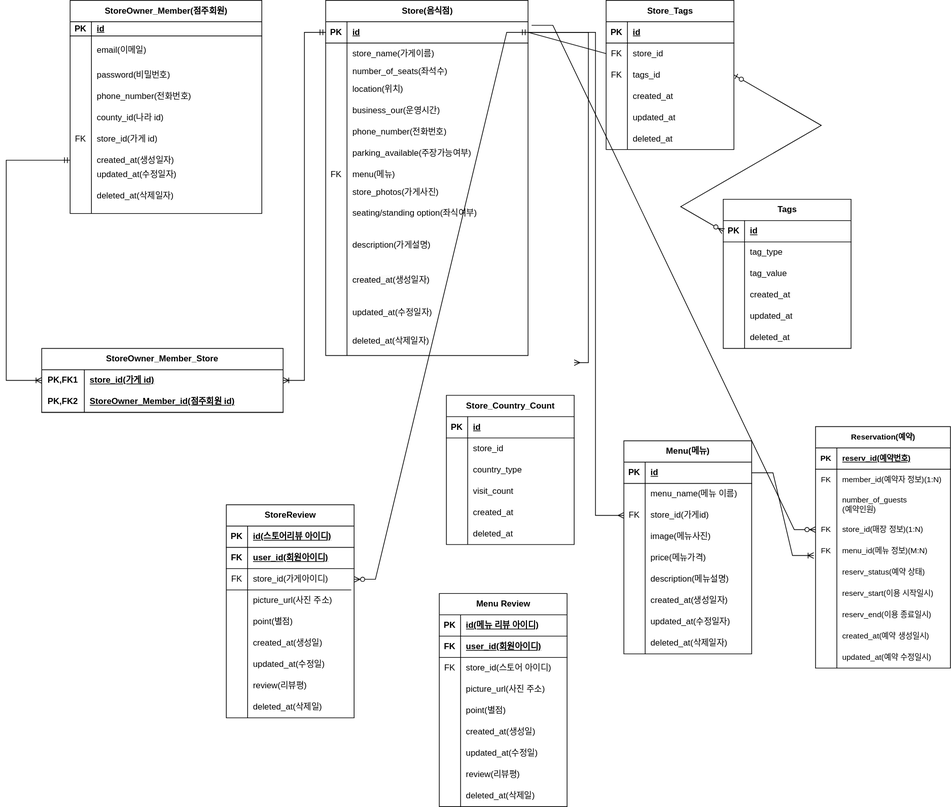
The draw.io diagram document/samsik.svg in gunsight1/boot-up1-samsik, before a commit. Source tidied: cells renumbered, new cells last; positions are measured from the earlier drawing's top-left corner, leaving out a move shared by most shapes.
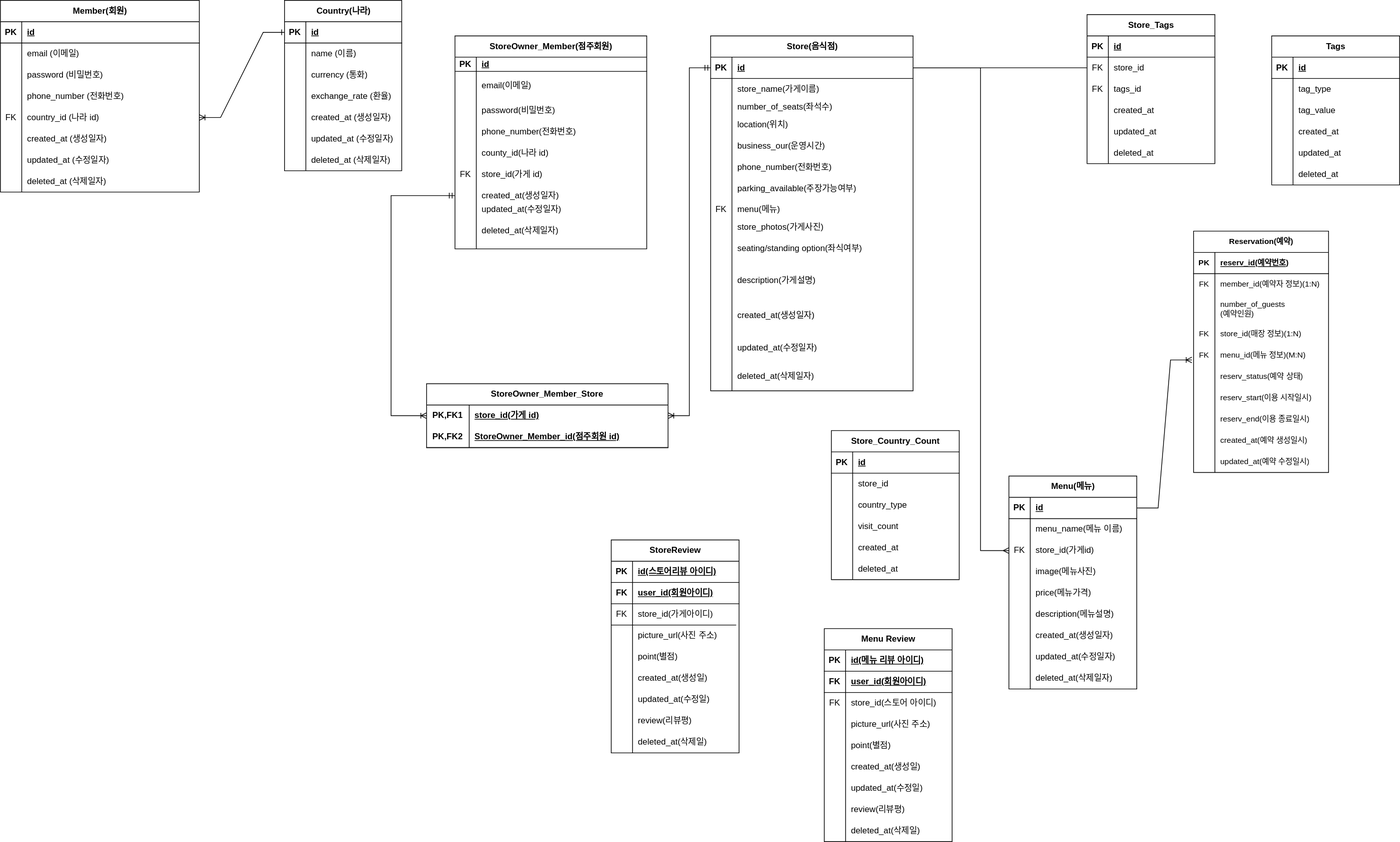
After the commit.

Commit message:
회원및 나라 테이블 추가

Change to the diagram source:
```diff
@@ -162,7 +162,7 @@
       <mxGeometry x="470" y="430" width="30" height="30" as="geometry" />
     </mxCell>
     <mxCell id="55" value="Tags" style="shape=table;startSize=30;rowLines=0;fontStyle=1;align=center;html=1;" parent="1" vertex="1">
-      <mxGeometry x="1010" y="280" width="180" height="210" as="geometry" />
+      <mxGeometry x="1240" width="180" height="210" as="geometry" />
     </mxCell>
     <mxCell id="56" style="shape=tableRow;horizontal=0;startSize=0;swimlaneHead=0;swimlaneBody=0;fillColor=none;points=[[0,0.5],[1,0.5]];portConstraint=eastwest;top=0;left=0;right=0;bottom=1;" parent="55" vertex="1">
       <mxGeometry y="30" width="180" height="30" as="geometry" />
@@ -219,7 +219,7 @@
       <mxGeometry x="30" width="150" height="30" as="geometry" />
     </mxCell>
     <mxCell id="74" value="Store_Tags" style="shape=table;startSize=30;rowLines=0;fontStyle=1;align=center;html=1;" parent="1" vertex="1">
-      <mxGeometry x="845" width="180" height="210" as="geometry" />
+      <mxGeometry x="980" y="-30" width="180" height="210" as="geometry" />
     </mxCell>
     <mxCell id="75" style="shape=tableRow;horizontal=0;startSize=0;swimlaneHead=0;swimlaneBody=0;fillColor=none;top=0;left=0;right=0;bottom=1;" parent="74" vertex="1">
       <mxGeometry y="30" width="180" height="30" as="geometry" />
@@ -588,7 +588,7 @@
       <mxGeometry x="30" width="150" height="30" as="geometry" />
     </mxCell>
     <mxCell id="197" value="Reservation(예약)" style="shape=table;startSize=30;rowLines=0;fontStyle=1;align=center;html=1;fontSize=11;" parent="1" vertex="1">
-      <mxGeometry x="1140" y="600" width="190" height="340" as="geometry" />
+      <mxGeometry x="1130" y="275" width="190" height="340" as="geometry" />
     </mxCell>
     <mxCell id="198" style="shape=tableRow;horizontal=0;startSize=0;swimlaneHead=0;swimlaneBody=0;fillColor=none;top=0;left=0;right=0;bottom=1;fontSize=11;" parent="197" vertex="1">
       <mxGeometry y="30" width="190" height="30" as="geometry" />
@@ -793,13 +793,6 @@
         </Array>
       </mxGeometry>
     </mxCell>
-    <mxCell id="264" style="edgeStyle=isometricEdgeStyle;fontSize=12;html=1;endArrow=ERzeroToMany;startArrow=ERzeroToOne;rounded=0;exitX=1;exitY=0.5;exitDx=0;exitDy=0;entryX=0;entryY=0.5;entryDx=0;entryDy=0;elbow=vertical;" parent="1" edge="1" source="81" target="56">
-      <mxGeometry relative="1" as="geometry">
-        <Array as="points">
-          <mxPoint x="1020" y="250" />
-        </Array>
-      </mxGeometry>
-    </mxCell>
     <mxCell id="265" style="edgeStyle=elbowEdgeStyle;fontSize=12;html=1;endArrow=ERoneToMany;startArrow=ERmandOne;rounded=0;entryX=0;entryY=0.5;entryDx=0;entryDy=0;exitX=0;exitY=0.5;exitDx=0;exitDy=0;" parent="1" edge="1" source="248" target="47">
       <mxGeometry relative="1" as="geometry">
         <Array as="points">
@@ -810,14 +803,6 @@
     <mxCell id="266" style="endArrow=none;html=1;rounded=0;exitX=1;exitY=0.5;exitDx=0;exitDy=0;entryX=0;entryY=0.5;entryDx=0;entryDy=0;" parent="1" edge="1" source="3" target="78">
       <mxGeometry relative="1" as="geometry" />
     </mxCell>
-    <mxCell id="267" style="edgeStyle=elbowEdgeStyle;fontSize=12;html=1;endArrow=ERmany;rounded=0;exitX=1;exitY=0.5;exitDx=0;exitDy=0;" parent="1" edge="1" source="3">
-      <mxGeometry relative="1" as="geometry">
-        <mxPoint x="800" y="510" as="targetPoint" />
-        <Array as="points">
-          <mxPoint x="820" y="280" />
-        </Array>
-      </mxGeometry>
-    </mxCell>
     <mxCell id="268" style="edgeStyle=elbowEdgeStyle;fontSize=12;html=1;endArrow=ERmany;rounded=0;exitX=1;exitY=0.5;exitDx=0;exitDy=0;entryX=0;entryY=0.5;entryDx=0;entryDy=0;" parent="1" edge="1" source="3" target="119">
       <mxGeometry relative="1" as="geometry">
         <Array as="points">
@@ -828,16 +813,152 @@
     <mxCell id="269" style="shape=partialRectangle;fillColor=none;top=0;left=0;bottom=0;right=0;align=left;spacingLeft=6;overflow=hidden;whiteSpace=wrap;html=1;" parent="1" vertex="1">
       <mxGeometry x="370" y="888" width="310" height="27" as="geometry" />
     </mxCell>
-    <mxCell id="270" style="edgeStyle=entityRelationEdgeStyle;fontSize=12;html=1;endArrow=ERzeroToMany;startArrow=ERmandOne;rounded=0;exitX=1;exitY=0.5;exitDx=0;exitDy=0;entryX=1;entryY=0.5;entryDx=0;entryDy=0;" parent="1" edge="1" source="3" target="147">
-      <mxGeometry relative="1" as="geometry" />
-    </mxCell>
     <mxCell id="271" style="edgeStyle=entityRelationEdgeStyle;fontSize=12;html=1;endArrow=ERoneToMany;rounded=0;entryX=-0.013;entryY=0.717;entryDx=0;entryDy=0;entryPerimeter=0;exitX=1;exitY=0.5;exitDx=0;exitDy=0;" parent="1" edge="1" source="113" target="210">
       <mxGeometry relative="1" as="geometry" />
     </mxCell>
-    <mxCell id="272" style="edgeStyle=entityRelationEdgeStyle;fontSize=12;html=1;endArrow=ERzeroToMany;endFill=1;rounded=0;entryX=0;entryY=0.5;entryDx=0;entryDy=0;" parent="1" edge="1" target="207">
-      <mxGeometry relative="1" as="geometry">
-        <mxPoint x="740" y="35.2" as="sourcePoint" />
-      </mxGeometry>
-    </mxCell>
+    <mxCell id="273" value="Member(회원)" style="shape=table;startSize=30;rowLines=0;fontStyle=1;align=center;html=1;" parent="1" vertex="1">
+      <mxGeometry x="-550" y="-50" width="280" height="270" as="geometry" />
+    </mxCell>
+    <mxCell id="274" style="shape=tableRow;horizontal=0;startSize=0;swimlaneHead=0;swimlaneBody=0;fillColor=none;top=0;left=0;right=0;bottom=1;" parent="273" vertex="1">
+      <mxGeometry y="30" width="280" height="30" as="geometry" />
+    </mxCell>
+    <mxCell id="275" value="PK" style="shape=partialRectangle;fillColor=none;top=0;left=0;bottom=0;right=0;fontStyle=1;overflow=hidden;whiteSpace=wrap;html=1;" parent="274" vertex="1">
+      <mxGeometry width="30" height="30" as="geometry" />
+    </mxCell>
+    <mxCell id="276" value="id" style="shape=partialRectangle;fillColor=none;top=0;left=0;bottom=0;right=0;align=left;spacingLeft=6;fontStyle=5;overflow=hidden;whiteSpace=wrap;html=1;" parent="274" vertex="1">
+      <mxGeometry x="30" width="250" height="30" as="geometry" />
+    </mxCell>
+    <mxCell id="277" style="shape=tableRow;horizontal=0;startSize=0;swimlaneHead=0;swimlaneBody=0;fillColor=none;top=0;left=0;right=0;bottom=0;" parent="273" vertex="1">
+      <mxGeometry y="60" width="280" height="30" as="geometry" />
+    </mxCell>
+    <mxCell id="278" style="shape=partialRectangle;fillColor=none;top=0;left=0;bottom=0;right=0;overflow=hidden;whiteSpace=wrap;html=1;" parent="277" vertex="1">
+      <mxGeometry width="30" height="30" as="geometry" />
+    </mxCell>
+    <mxCell id="279" value="email (이메일)&amp;nbsp;" style="shape=partialRectangle;fillColor=none;top=0;left=0;bottom=0;right=0;align=left;spacingLeft=6;overflow=hidden;whiteSpace=wrap;html=1;" parent="277" vertex="1">
+      <mxGeometry x="30" width="250" height="30" as="geometry" />
+    </mxCell>
+    <mxCell id="280" style="shape=tableRow;horizontal=0;startSize=0;swimlaneHead=0;swimlaneBody=0;fillColor=none;top=0;left=0;right=0;bottom=0;" parent="273" vertex="1">
+      <mxGeometry y="90" width="280" height="30" as="geometry" />
+    </mxCell>
+    <mxCell id="281" style="shape=partialRectangle;fillColor=none;top=0;left=0;bottom=0;right=0;overflow=hidden;whiteSpace=wrap;html=1;" parent="280" vertex="1">
+      <mxGeometry width="30" height="30" as="geometry" />
+    </mxCell>
+    <mxCell id="282" value="password (비밀번호)&amp;nbsp;" style="shape=partialRectangle;fillColor=none;top=0;left=0;bottom=0;right=0;align=left;spacingLeft=6;overflow=hidden;whiteSpace=wrap;html=1;" parent="280" vertex="1">
+      <mxGeometry x="30" width="250" height="30" as="geometry" />
+    </mxCell>
+    <mxCell id="283" style="shape=tableRow;horizontal=0;startSize=0;swimlaneHead=0;swimlaneBody=0;fillColor=none;top=0;left=0;right=0;bottom=0;" parent="273" vertex="1">
+      <mxGeometry y="120" width="280" height="30" as="geometry" />
+    </mxCell>
+    <mxCell id="284" style="shape=partialRectangle;fillColor=none;top=0;left=0;bottom=0;right=0;overflow=hidden;whiteSpace=wrap;html=1;" parent="283" vertex="1">
+      <mxGeometry width="30" height="30" as="geometry" />
+    </mxCell>
+    <mxCell id="285" value="phone_number (전화번호)&amp;nbsp;" style="shape=partialRectangle;fillColor=none;top=0;left=0;bottom=0;right=0;align=left;spacingLeft=6;overflow=hidden;whiteSpace=wrap;html=1;" parent="283" vertex="1">
+      <mxGeometry x="30" width="250" height="30" as="geometry" />
+    </mxCell>
+    <mxCell id="286" style="shape=tableRow;horizontal=0;startSize=0;swimlaneHead=0;swimlaneBody=0;fillColor=none;points=[[0,0.5],[1,0.5]];portConstraint=eastwest;top=0;left=0;right=0;bottom=0;" parent="273" vertex="1">
+      <mxGeometry y="150" width="280" height="30" as="geometry" />
+    </mxCell>
+    <mxCell id="287" value="FK" style="shape=partialRectangle;fillColor=none;top=0;left=0;bottom=0;right=0;overflow=hidden;whiteSpace=wrap;html=1;" parent="286" vertex="1">
+      <mxGeometry width="30" height="30" as="geometry" />
+    </mxCell>
+    <mxCell id="288" value="country_id (나라 id)&amp;nbsp;" style="shape=partialRectangle;fillColor=none;top=0;left=0;bottom=0;right=0;align=left;spacingLeft=6;overflow=hidden;whiteSpace=wrap;html=1;" parent="286" vertex="1">
+      <mxGeometry x="30" width="250" height="30" as="geometry" />
+    </mxCell>
+    <mxCell id="289" style="shape=tableRow;horizontal=0;startSize=0;swimlaneHead=0;swimlaneBody=0;fillColor=none;top=0;left=0;right=0;bottom=0;" parent="273" vertex="1">
+      <mxGeometry y="180" width="280" height="30" as="geometry" />
+    </mxCell>
+    <mxCell id="290" style="shape=partialRectangle;fillColor=none;top=0;left=0;bottom=0;right=0;overflow=hidden;whiteSpace=wrap;html=1;" parent="289" vertex="1">
+      <mxGeometry width="30" height="30" as="geometry" />
+    </mxCell>
+    <mxCell id="291" value="created_at (생성일자)" style="shape=partialRectangle;fillColor=none;top=0;left=0;bottom=0;right=0;align=left;spacingLeft=6;overflow=hidden;whiteSpace=wrap;html=1;" parent="289" vertex="1">
+      <mxGeometry x="30" width="250" height="30" as="geometry" />
+    </mxCell>
+    <mxCell id="292" style="shape=tableRow;horizontal=0;startSize=0;swimlaneHead=0;swimlaneBody=0;fillColor=none;top=0;left=0;right=0;bottom=0;" parent="273" vertex="1">
+      <mxGeometry y="210" width="280" height="30" as="geometry" />
+    </mxCell>
+    <mxCell id="293" style="shape=partialRectangle;fillColor=none;top=0;left=0;bottom=0;right=0;overflow=hidden;whiteSpace=wrap;html=1;" parent="292" vertex="1">
+      <mxGeometry width="30" height="30" as="geometry" />
+    </mxCell>
+    <mxCell id="294" value="updated_at (수정일자)" style="shape=partialRectangle;fillColor=none;top=0;left=0;bottom=0;right=0;align=left;spacingLeft=6;overflow=hidden;whiteSpace=wrap;html=1;" parent="292" vertex="1">
+      <mxGeometry x="30" width="250" height="30" as="geometry" />
+    </mxCell>
+    <mxCell id="295" style="shape=tableRow;horizontal=0;startSize=0;swimlaneHead=0;swimlaneBody=0;fillColor=none;top=0;left=0;right=0;bottom=0;" parent="273" vertex="1">
+      <mxGeometry y="240" width="280" height="30" as="geometry" />
+    </mxCell>
+    <mxCell id="296" style="shape=partialRectangle;fillColor=none;top=0;left=0;bottom=0;right=0;overflow=hidden;whiteSpace=wrap;html=1;" parent="295" vertex="1">
+      <mxGeometry width="30" height="30" as="geometry" />
+    </mxCell>
+    <mxCell id="297" value="deleted_at (삭제일자)" style="shape=partialRectangle;fillColor=none;top=0;left=0;bottom=0;right=0;align=left;spacingLeft=6;overflow=hidden;whiteSpace=wrap;html=1;" parent="295" vertex="1">
+      <mxGeometry x="30" width="250" height="30" as="geometry" />
+    </mxCell>
+    <mxCell id="298" value="Country(나라)" style="shape=table;startSize=30;rowLines=0;fontStyle=1;align=center;html=1;" parent="1" vertex="1">
+      <mxGeometry x="-150" y="-50" width="165" height="240" as="geometry" />
+    </mxCell>
+    <mxCell id="299" style="shape=tableRow;horizontal=0;startSize=0;swimlaneHead=0;swimlaneBody=0;fillColor=none;points=[[0,0.5],[1,0.5]];portConstraint=eastwest;top=0;left=0;right=0;bottom=1;" parent="298" vertex="1">
+      <mxGeometry y="30" width="165" height="30" as="geometry" />
+    </mxCell>
+    <mxCell id="300" value="PK" style="shape=partialRectangle;fillColor=none;top=0;left=0;bottom=0;right=0;fontStyle=1;overflow=hidden;whiteSpace=wrap;html=1;" parent="299" vertex="1">
+      <mxGeometry width="30" height="30" as="geometry" />
+    </mxCell>
+    <mxCell id="301" value="id" style="shape=partialRectangle;fillColor=none;top=0;left=0;bottom=0;right=0;align=left;spacingLeft=6;fontStyle=5;overflow=hidden;whiteSpace=wrap;html=1;" parent="299" vertex="1">
+      <mxGeometry x="30" width="135" height="30" as="geometry" />
+    </mxCell>
+    <mxCell id="302" style="shape=tableRow;horizontal=0;startSize=0;swimlaneHead=0;swimlaneBody=0;fillColor=none;top=0;left=0;right=0;bottom=0;" parent="298" vertex="1">
+      <mxGeometry y="60" width="165" height="30" as="geometry" />
+    </mxCell>
+    <mxCell id="303" style="shape=partialRectangle;fillColor=none;top=0;left=0;bottom=0;right=0;overflow=hidden;whiteSpace=wrap;html=1;" parent="302" vertex="1">
+      <mxGeometry width="30" height="30" as="geometry" />
+    </mxCell>
+    <mxCell id="304" value="name (이름)" style="shape=partialRectangle;fillColor=none;top=0;left=0;bottom=0;right=0;align=left;spacingLeft=6;overflow=hidden;whiteSpace=wrap;html=1;" parent="302" vertex="1">
+      <mxGeometry x="30" width="135" height="30" as="geometry" />
+    </mxCell>
+    <mxCell id="305" style="shape=tableRow;horizontal=0;startSize=0;swimlaneHead=0;swimlaneBody=0;fillColor=none;top=0;left=0;right=0;bottom=0;" parent="298" vertex="1">
+      <mxGeometry y="90" width="165" height="30" as="geometry" />
+    </mxCell>
+    <mxCell id="306" style="shape=partialRectangle;fillColor=none;top=0;left=0;bottom=0;right=0;overflow=hidden;whiteSpace=wrap;html=1;" parent="305" vertex="1">
+      <mxGeometry width="30" height="30" as="geometry" />
+    </mxCell>
+    <mxCell id="307" value="currency (통화)" style="shape=partialRectangle;fillColor=none;top=0;left=0;bottom=0;right=0;align=left;spacingLeft=6;overflow=hidden;whiteSpace=wrap;html=1;" parent="305" vertex="1">
+      <mxGeometry x="30" width="135" height="30" as="geometry" />
+    </mxCell>
+    <mxCell id="308" style="shape=tableRow;horizontal=0;startSize=0;swimlaneHead=0;swimlaneBody=0;fillColor=none;top=0;left=0;right=0;bottom=0;" parent="298" vertex="1">
+      <mxGeometry y="120" width="165" height="30" as="geometry" />
+    </mxCell>
+    <mxCell id="309" style="shape=partialRectangle;fillColor=none;top=0;left=0;bottom=0;right=0;overflow=hidden;whiteSpace=wrap;html=1;" parent="308" vertex="1">
+      <mxGeometry width="30" height="30" as="geometry" />
+    </mxCell>
+    <mxCell id="310" value="exchange_rate (환율)" style="shape=partialRectangle;fillColor=none;top=0;left=0;bottom=0;right=0;align=left;spacingLeft=6;overflow=hidden;whiteSpace=wrap;html=1;" parent="308" vertex="1">
+      <mxGeometry x="30" width="135" height="30" as="geometry" />
+    </mxCell>
+    <mxCell id="311" style="shape=tableRow;horizontal=0;startSize=0;swimlaneHead=0;swimlaneBody=0;fillColor=none;top=0;left=0;right=0;bottom=0;" parent="298" vertex="1">
+      <mxGeometry y="150" width="165" height="30" as="geometry" />
+    </mxCell>
+    <mxCell id="312" style="shape=partialRectangle;fillColor=none;top=0;left=0;bottom=0;right=0;overflow=hidden;whiteSpace=wrap;html=1;" parent="311" vertex="1">
+      <mxGeometry width="30" height="30" as="geometry" />
+    </mxCell>
+    <mxCell id="313" value="created_at (생성일자)" style="shape=partialRectangle;fillColor=none;top=0;left=0;bottom=0;right=0;align=left;spacingLeft=6;overflow=hidden;whiteSpace=wrap;html=1;" parent="311" vertex="1">
+      <mxGeometry x="30" width="135" height="30" as="geometry" />
+    </mxCell>
+    <mxCell id="314" style="shape=tableRow;horizontal=0;startSize=0;swimlaneHead=0;swimlaneBody=0;fillColor=none;top=0;left=0;right=0;bottom=0;" parent="298" vertex="1">
+      <mxGeometry y="180" width="165" height="30" as="geometry" />
+    </mxCell>
+    <mxCell id="315" style="shape=partialRectangle;fillColor=none;top=0;left=0;bottom=0;right=0;overflow=hidden;whiteSpace=wrap;html=1;" parent="314" vertex="1">
+      <mxGeometry width="30" height="30" as="geometry" />
+    </mxCell>
+    <mxCell id="316" value="updated_at (수정일자)" style="shape=partialRectangle;fillColor=none;top=0;left=0;bottom=0;right=0;align=left;spacingLeft=6;overflow=hidden;whiteSpace=wrap;html=1;" parent="314" vertex="1">
+      <mxGeometry x="30" width="135" height="30" as="geometry" />
+    </mxCell>
+    <mxCell id="317" style="shape=tableRow;horizontal=0;startSize=0;swimlaneHead=0;swimlaneBody=0;fillColor=none;top=0;left=0;right=0;bottom=0;" parent="298" vertex="1">
+      <mxGeometry y="210" width="165" height="30" as="geometry" />
+    </mxCell>
+    <mxCell id="318" style="shape=partialRectangle;fillColor=none;top=0;left=0;bottom=0;right=0;overflow=hidden;whiteSpace=wrap;html=1;" parent="317" vertex="1">
+      <mxGeometry width="30" height="30" as="geometry" />
+    </mxCell>
+    <mxCell id="319" value="deleted_at (삭제일자)" style="shape=partialRectangle;fillColor=none;top=0;left=0;bottom=0;right=0;align=left;spacingLeft=6;overflow=hidden;whiteSpace=wrap;html=1;" parent="317" vertex="1">
+      <mxGeometry x="30" width="135" height="30" as="geometry" />
+    </mxCell>
+    <mxCell id="320" style="edgeStyle=entityRelationEdgeStyle;fontSize=12;html=1;endArrow=ERoneToMany;rounded=0;entryX=1;entryY=0.5;entryDx=0;entryDy=0;exitX=0;exitY=0.5;exitDx=0;exitDy=0;startArrow=ERone;startFill=0;" parent="1" edge="1" source="299" target="286">
+      <mxGeometry relative="1" as="geometry" />
+    </mxCell>
   </root>
 </mxGraphModel>
```
